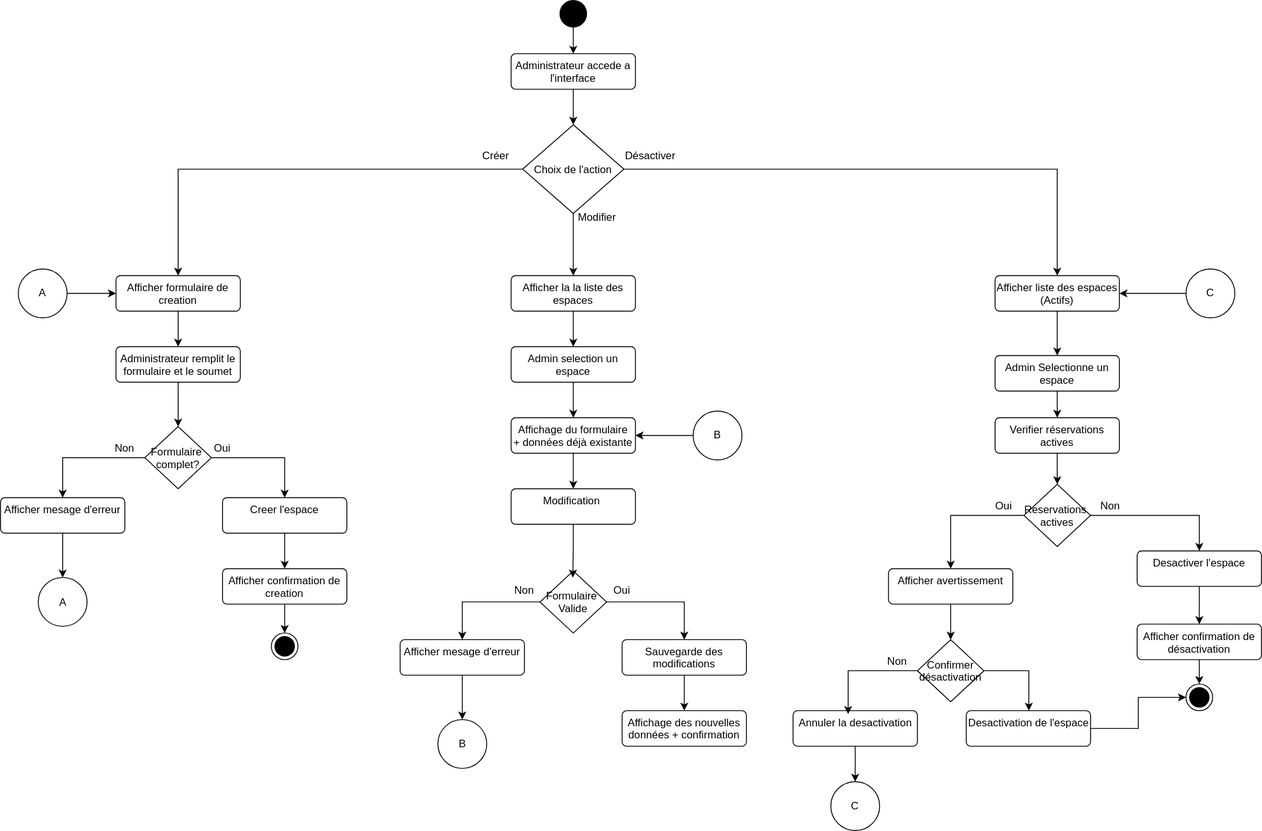
The draw.io diagram img/diagramme6.svg in LaiPe/hb-exam-uml, before a commit. Source tidied: cells renumbered, new cells last; positions are measured from the earlier drawing's top-left corner, leaving out a move shared by most shapes.
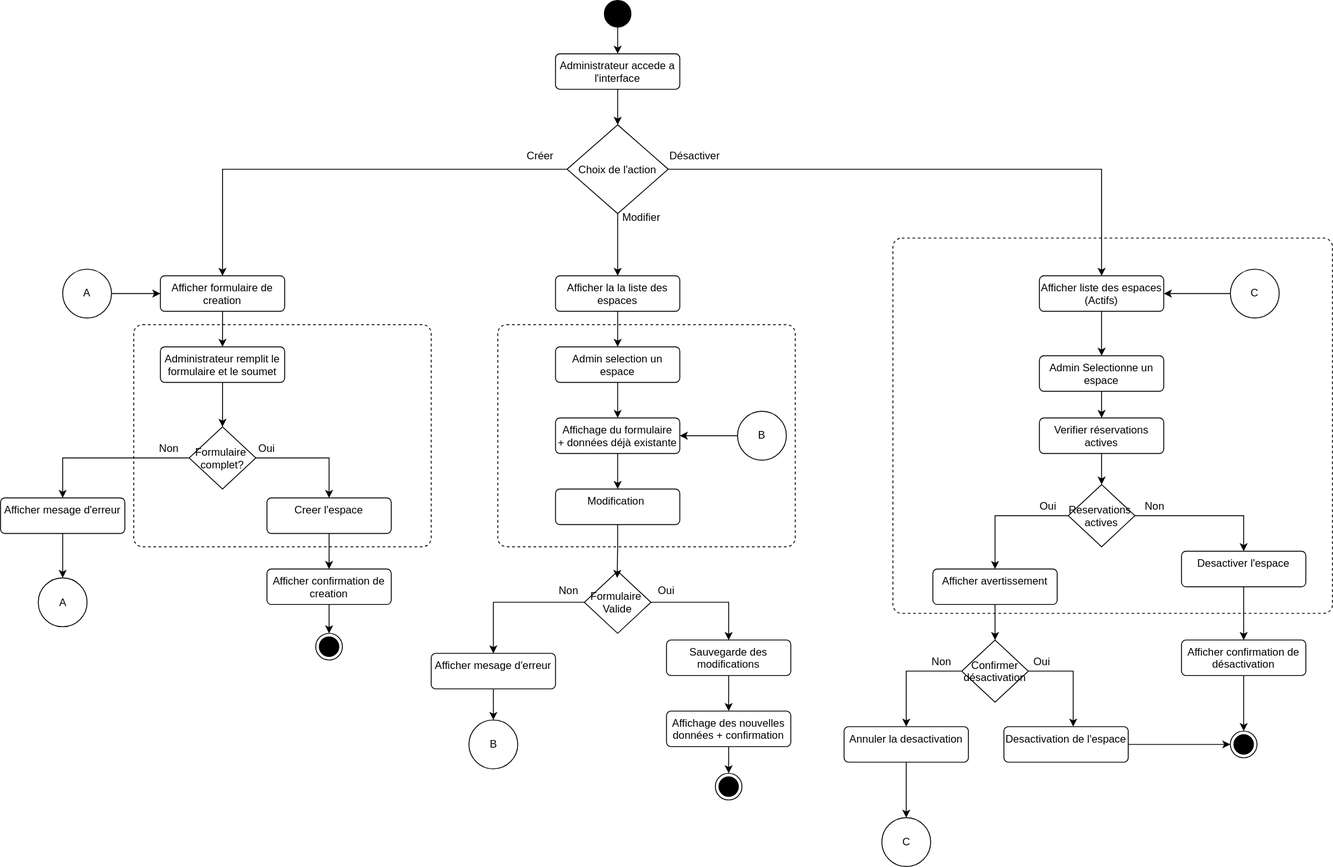
Later version of the same file.

Diff of the diagram source:
```diff
@@ -72,7 +72,7 @@
       <mxGeometry relative="1" as="geometry" />
     </mxCell>
     <mxCell id="25" value="Afficher mesage d'erreur" style="html=1;align=center;verticalAlign=top;rounded=1;absoluteArcSize=1;arcSize=10;dashed=0;whiteSpace=wrap;" parent="1" vertex="1">
-      <mxGeometry y="560" width="140" height="40" as="geometry" />
+      <mxGeometry x="-50" y="560" width="140" height="40" as="geometry" />
     </mxCell>
     <mxCell id="26" value="Non" style="text;html=1;align=center;verticalAlign=middle;whiteSpace=wrap;rounded=0;" parent="1" vertex="1">
       <mxGeometry x="110" y="490" width="60" height="30" as="geometry" />
@@ -93,7 +93,7 @@
       <mxGeometry x="250" y="640" width="140" height="40" as="geometry" />
     </mxCell>
     <mxCell id="32" value="A" style="ellipse;whiteSpace=wrap;html=1;" parent="1" vertex="1">
-      <mxGeometry x="42.5" y="650" width="55" height="55" as="geometry" />
+      <mxGeometry x="-7.5" y="650" width="55" height="55" as="geometry" />
     </mxCell>
     <mxCell id="33" style="edgeStyle=orthogonalEdgeStyle;rounded=0;jettySize=auto;html=1;" parent="1" edge="1" source="34" target="11">
       <mxGeometry relative="1" as="geometry" />
@@ -129,7 +129,7 @@
       <mxGeometry relative="1" as="geometry" />
     </mxCell>
     <mxCell id="44" value="Afficher mesage d'erreur" style="html=1;align=center;verticalAlign=top;rounded=1;absoluteArcSize=1;arcSize=10;dashed=0;whiteSpace=wrap;" parent="1" vertex="1">
-      <mxGeometry x="450" y="720" width="140" height="40" as="geometry" />
+      <mxGeometry x="435" y="735" width="140" height="40" as="geometry" />
     </mxCell>
     <mxCell id="45" value="Non" style="text;html=1;align=center;verticalAlign=middle;whiteSpace=wrap;rounded=0;" parent="1" vertex="1">
       <mxGeometry x="560" y="650" width="60" height="30" as="geometry" />
@@ -143,11 +143,14 @@
     <mxCell id="48" value="Sauvegarde des modifications" style="html=1;align=center;verticalAlign=top;rounded=1;absoluteArcSize=1;arcSize=10;dashed=0;whiteSpace=wrap;" parent="1" vertex="1">
       <mxGeometry x="700" y="720" width="140" height="40" as="geometry" />
     </mxCell>
+    <mxCell id="82" style="edgeStyle=orthogonalEdgeStyle;rounded=0;jettySize=auto;html=1;entryX=0.5;entryY=0;entryDx=0;entryDy=0;" parent="1" edge="1" source="49" target="84">
+      <mxGeometry relative="1" as="geometry" />
+    </mxCell>
     <mxCell id="49" value="Affichage des nouvelles données + confirmation" style="html=1;align=center;verticalAlign=top;rounded=1;absoluteArcSize=1;arcSize=10;dashed=0;whiteSpace=wrap;" parent="1" vertex="1">
       <mxGeometry x="700" y="800" width="140" height="40" as="geometry" />
     </mxCell>
     <mxCell id="50" value="B" style="ellipse;whiteSpace=wrap;html=1;" parent="1" vertex="1">
-      <mxGeometry x="492.5" y="810" width="55" height="55" as="geometry" />
+      <mxGeometry x="477.5" y="810" width="55" height="55" as="geometry" />
     </mxCell>
     <mxCell id="51" style="edgeStyle=orthogonalEdgeStyle;rounded=0;jettySize=auto;html=1;entryX=0.493;entryY=0.108;entryDx=0;entryDy=0;entryPerimeter=0;" parent="1" edge="1" source="39" target="42">
       <mxGeometry relative="1" as="geometry" />
@@ -173,9 +176,6 @@
     <mxCell id="58" value="Verifier réservations actives" style="html=1;align=center;verticalAlign=top;rounded=1;absoluteArcSize=1;arcSize=10;dashed=0;whiteSpace=wrap;" parent="1" vertex="1">
       <mxGeometry x="1120" y="470" width="140" height="40" as="geometry" />
     </mxCell>
-    <mxCell id="59" style="edgeStyle=orthogonalEdgeStyle;rounded=0;jettySize=auto;html=1;" parent="1" edge="1" source="61" target="63">
-      <mxGeometry relative="1" as="geometry" />
-    </mxCell>
     <mxCell id="60" style="edgeStyle=orthogonalEdgeStyle;rounded=0;jettySize=auto;html=1;" parent="1" edge="1" source="61" target="69">
       <mxGeometry relative="1" as="geometry" />
     </mxCell>
@@ -185,6 +185,9 @@
     <mxCell id="62" style="edgeStyle=orthogonalEdgeStyle;rounded=0;jettySize=auto;html=1;" parent="1" edge="1" source="63" target="66">
       <mxGeometry relative="1" as="geometry" />
     </mxCell>
+    <mxCell id="59" style="edgeStyle=orthogonalEdgeStyle;rounded=0;jettySize=auto;html=1;exitX=1;exitY=0.5;exitDx=0;exitDy=0;" parent="1" edge="1" source="61" target="63">
+      <mxGeometry relative="1" as="geometry" />
+    </mxCell>
     <mxCell id="63" value="Desactiver l'espace" style="html=1;align=center;verticalAlign=top;rounded=1;absoluteArcSize=1;arcSize=10;dashed=0;whiteSpace=wrap;" parent="1" vertex="1">
       <mxGeometry x="1280" y="620" width="140" height="40" as="geometry" />
     </mxCell>
@@ -195,10 +198,10 @@
       <mxGeometry relative="1" as="geometry" />
     </mxCell>
     <mxCell id="66" value="Afficher confirmation de désactivation" style="html=1;align=center;verticalAlign=top;rounded=1;absoluteArcSize=1;arcSize=10;dashed=0;whiteSpace=wrap;" parent="1" vertex="1">
-      <mxGeometry x="1280" y="702.5" width="140" height="40" as="geometry" />
+      <mxGeometry x="1280" y="720" width="140" height="40" as="geometry" />
     </mxCell>
     <mxCell id="67" style="ellipse;html=1;shape=endState;fillColor=strokeColor;" parent="1" vertex="1">
-      <mxGeometry x="1335" y="770" width="30" height="30" as="geometry" />
+      <mxGeometry x="1335" y="822.5" width="30" height="30" as="geometry" />
     </mxCell>
     <mxCell id="68" style="edgeStyle=orthogonalEdgeStyle;rounded=0;jettySize=auto;html=1;entryX=0.5;entryY=0;entryDx=0;entryDy=0;" parent="1" edge="1" source="69" target="72">
       <mxGeometry relative="1" as="geometry" />
@@ -222,21 +225,17 @@
     <mxCell id="73" style="edgeStyle=orthogonalEdgeStyle;rounded=0;jettySize=auto;html=1;" parent="1" edge="1" source="74" target="77">
       <mxGeometry relative="1" as="geometry" />
     </mxCell>
+    <mxCell id="75" style="edgeStyle=orthogonalEdgeStyle;rounded=0;jettySize=auto;html=1;exitX=0;exitY=0.5;exitDx=0;exitDy=0;" parent="1" edge="1" source="72" target="74">
+      <mxGeometry relative="1" as="geometry" />
+    </mxCell>
     <mxCell id="74" value="Annuler la desactivation" style="html=1;align=center;verticalAlign=top;rounded=1;absoluteArcSize=1;arcSize=10;dashed=0;whiteSpace=wrap;" parent="1" vertex="1">
-      <mxGeometry x="892.5" y="800" width="140" height="40" as="geometry" />
+      <mxGeometry x="900" y="817.5" width="140" height="40" as="geometry" />
     </mxCell>
-    <mxCell id="75" style="edgeStyle=orthogonalEdgeStyle;rounded=0;jettySize=auto;html=1;entryX=0.443;entryY=0.094;entryDx=0;entryDy=0;entryPerimeter=0;" parent="1" edge="1" source="72" target="74">
-      <mxGeometry relative="1" as="geometry">
-        <Array as="points">
-          <mxPoint x="955" y="755" />
-        </Array>
-      </mxGeometry>
-    </mxCell>
     <mxCell id="76" value="Non" style="text;html=1;align=center;verticalAlign=middle;whiteSpace=wrap;rounded=0;" parent="1" vertex="1">
       <mxGeometry x="980" y="730" width="60" height="30" as="geometry" />
     </mxCell>
     <mxCell id="77" value="C" style="ellipse;whiteSpace=wrap;html=1;" parent="1" vertex="1">
-      <mxGeometry x="935" y="880" width="55" height="55" as="geometry" />
+      <mxGeometry x="942.5" y="920" width="55" height="55" as="geometry" />
     </mxCell>
     <mxCell id="78" style="edgeStyle=orthogonalEdgeStyle;rounded=0;jettySize=auto;html=1;entryX=1;entryY=0.5;entryDx=0;entryDy=0;" parent="1" edge="1" source="79" target="15">
       <mxGeometry relative="1" as="geometry" />
@@ -248,7 +247,22 @@
       <mxGeometry relative="1" as="geometry" />
     </mxCell>
     <mxCell id="81" value="Desactivation de l'espace" style="html=1;align=center;verticalAlign=top;rounded=1;absoluteArcSize=1;arcSize=10;dashed=0;whiteSpace=wrap;" parent="1" vertex="1">
-      <mxGeometry x="1087.5" y="800" width="140" height="40" as="geometry" />
+      <mxGeometry x="1080" y="817.5" width="140" height="40" as="geometry" />
     </mxCell>
+    <mxCell id="83" value="Oui" style="text;html=1;align=center;verticalAlign=middle;whiteSpace=wrap;rounded=0;" parent="1" vertex="1">
+      <mxGeometry x="1092.5" y="730" width="60" height="30" as="geometry" />
+    </mxCell>
+    <mxCell id="84" style="ellipse;html=1;shape=endState;fillColor=strokeColor;" parent="1" vertex="1">
+      <mxGeometry x="755" y="870" width="30" height="30" as="geometry" />
+    </mxCell>
+    <mxCell id="85" style="html=1;align=center;verticalAlign=top;rounded=1;absoluteArcSize=1;arcSize=20;dashed=1;whiteSpace=wrap;fillColor=none;" parent="1" vertex="1">
+      <mxGeometry x="100" y="365" width="335" height="250" as="geometry" />
+    </mxCell>
+    <mxCell id="86" style="html=1;align=center;verticalAlign=top;rounded=1;absoluteArcSize=1;arcSize=20;dashed=1;whiteSpace=wrap;fillColor=none;" parent="1" vertex="1">
+      <mxGeometry x="510" y="365" width="335" height="250" as="geometry" />
+    </mxCell>
+    <mxCell id="87" style="html=1;align=center;verticalAlign=top;rounded=1;absoluteArcSize=1;arcSize=20;dashed=1;whiteSpace=wrap;fillColor=none;" parent="1" vertex="1">
+      <mxGeometry x="955" y="267.5" width="495" height="422.5" as="geometry" />
+    </mxCell>
   </root>
 </mxGraphModel>
```
